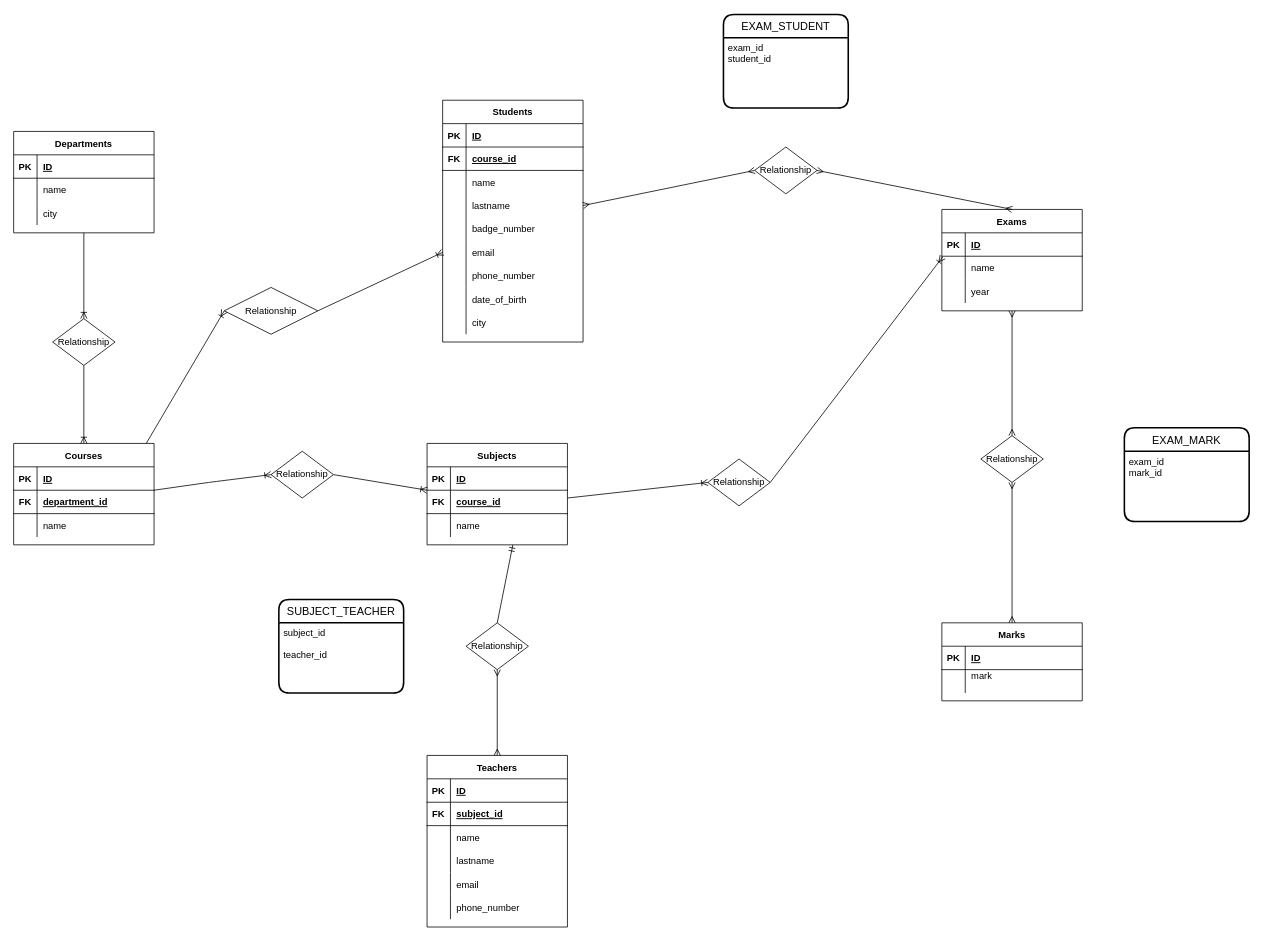
Before: university.drawio in Alexxboc/db-university, a draw.io diagram. Source tidied: cells renumbered, new cells numbered last; positions are measured from the earlier drawing's top-left corner, leaving out a move shared by most shapes. Both pictures are drawn from the tidied source at 78%, with x=0, y=0 at pixel (13, 14).
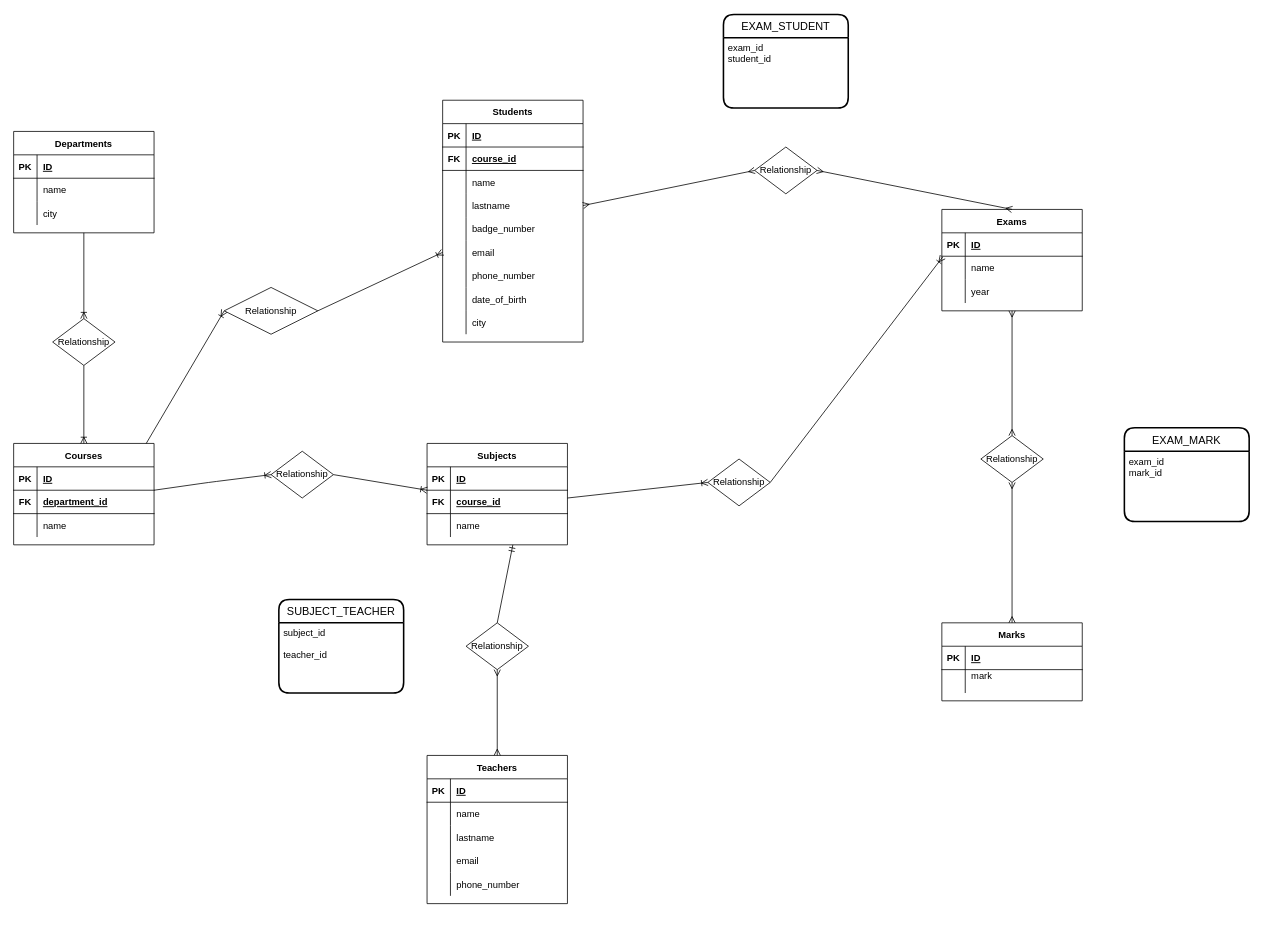
After the change.

The edit, as a diff of the source:
```diff
@@
     <mxCell id="32" value="Teachers" style="shape=table;startSize=30;childLayout=tableLayout;rowLines=0;fontStyle=1;align=center;" parent="1" vertex="1">
-      <mxGeometry x="530" y="950" width="180" height="220" as="geometry" />
+      <mxGeometry x="530" y="950" width="180" height="190" as="geometry" />
     </mxCell>
@@
-    <mxCell id="36" style="shape=partialRectangle;fillColor=none;top=0;left=0;bottom=1;right=0;" parent="32" vertex="1">
-      <mxGeometry y="60" width="180" height="30" as="geometry" />
-    </mxCell>
-    <mxCell id="37" value="FK" style="shape=partialRectangle;fillColor=none;top=0;left=0;bottom=0;right=0;fontStyle=1;overflow=hidden;" parent="36" vertex="1">
-      <mxGeometry width="30" height="30" as="geometry" />
-    </mxCell>
-    <mxCell id="38" value="subject_id" style="shape=partialRectangle;fillColor=none;top=0;left=0;bottom=0;right=0;align=left;spacingLeft=6;fontStyle=5;overflow=hidden;" parent="36" vertex="1">
-      <mxGeometry x="30" width="150" height="30" as="geometry" />
-    </mxCell>
     <mxCell id="39" style="shape=partialRectangle;fillColor=none;top=0;left=0;bottom=0;right=0;" parent="32" vertex="1">
-      <mxGeometry y="90" width="180" height="30" as="geometry" />
+      <mxGeometry y="60" width="180" height="30" as="geometry" />
     </mxCell>
@@
     <mxCell id="42" style="shape=partialRectangle;fillColor=none;top=0;left=0;bottom=0;right=0;" parent="32" vertex="1">
-      <mxGeometry y="120" width="180" height="30" as="geometry" />
+      <mxGeometry y="90" width="180" height="30" as="geometry" />
     </mxCell>
@@
     <mxCell id="45" style="shape=partialRectangle;fillColor=none;top=0;left=0;bottom=0;right=0;" parent="32" vertex="1">
-      <mxGeometry y="150" width="180" height="30" as="geometry" />
+      <mxGeometry y="120" width="180" height="30" as="geometry" />
     </mxCell>
@@
     <mxCell id="48" style="shape=partialRectangle;fillColor=none;top=0;left=0;bottom=0;right=0;" parent="32" vertex="1">
-      <mxGeometry y="180" width="180" height="30" as="geometry" />
+      <mxGeometry y="150" width="180" height="30" as="geometry" />
     </mxCell>
```
